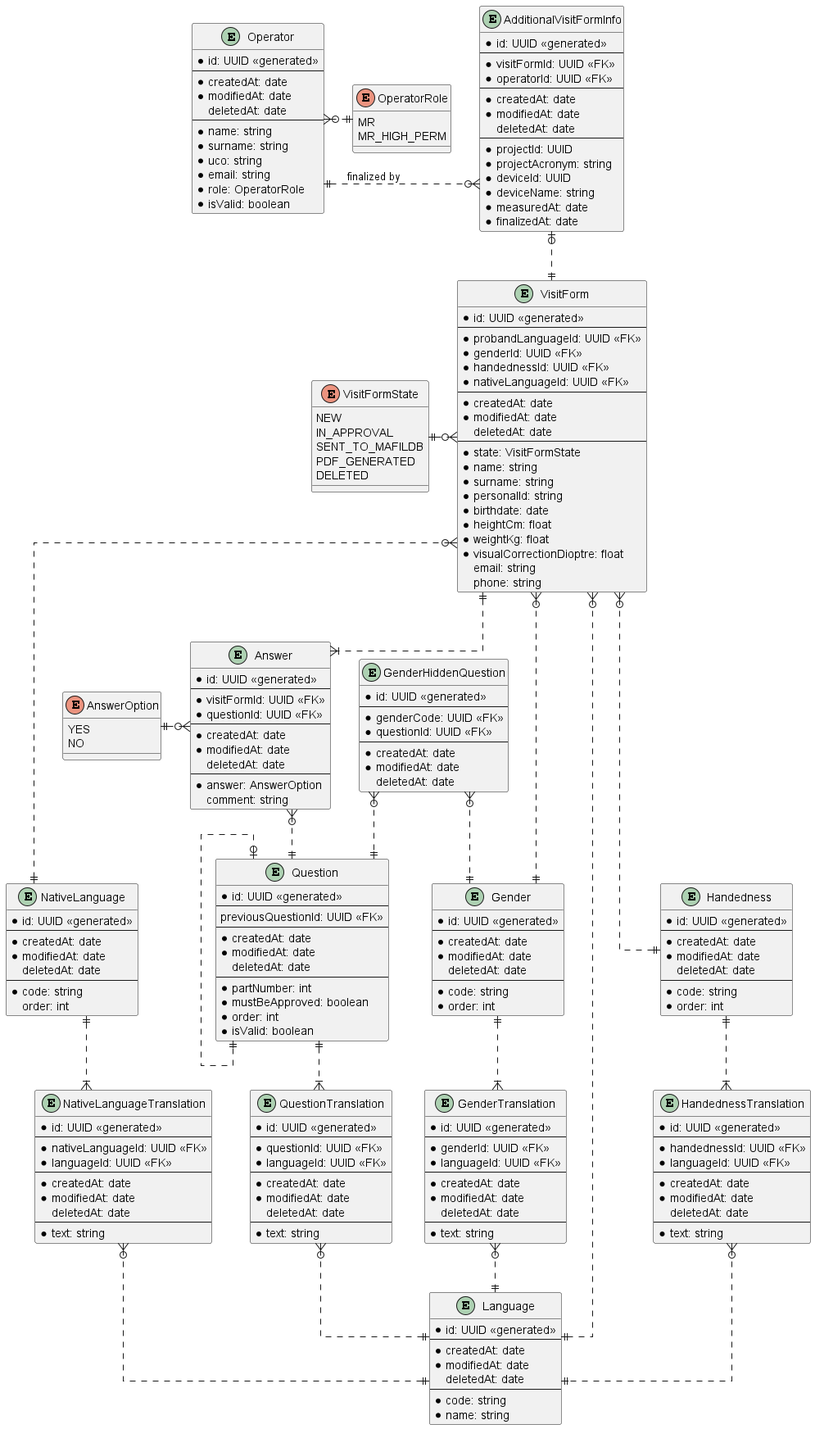
This is docs/ERD.png from lukas-kratochvil/mafil-proband-safety-questionnaire, a PlantUML export, as it was before one commit.
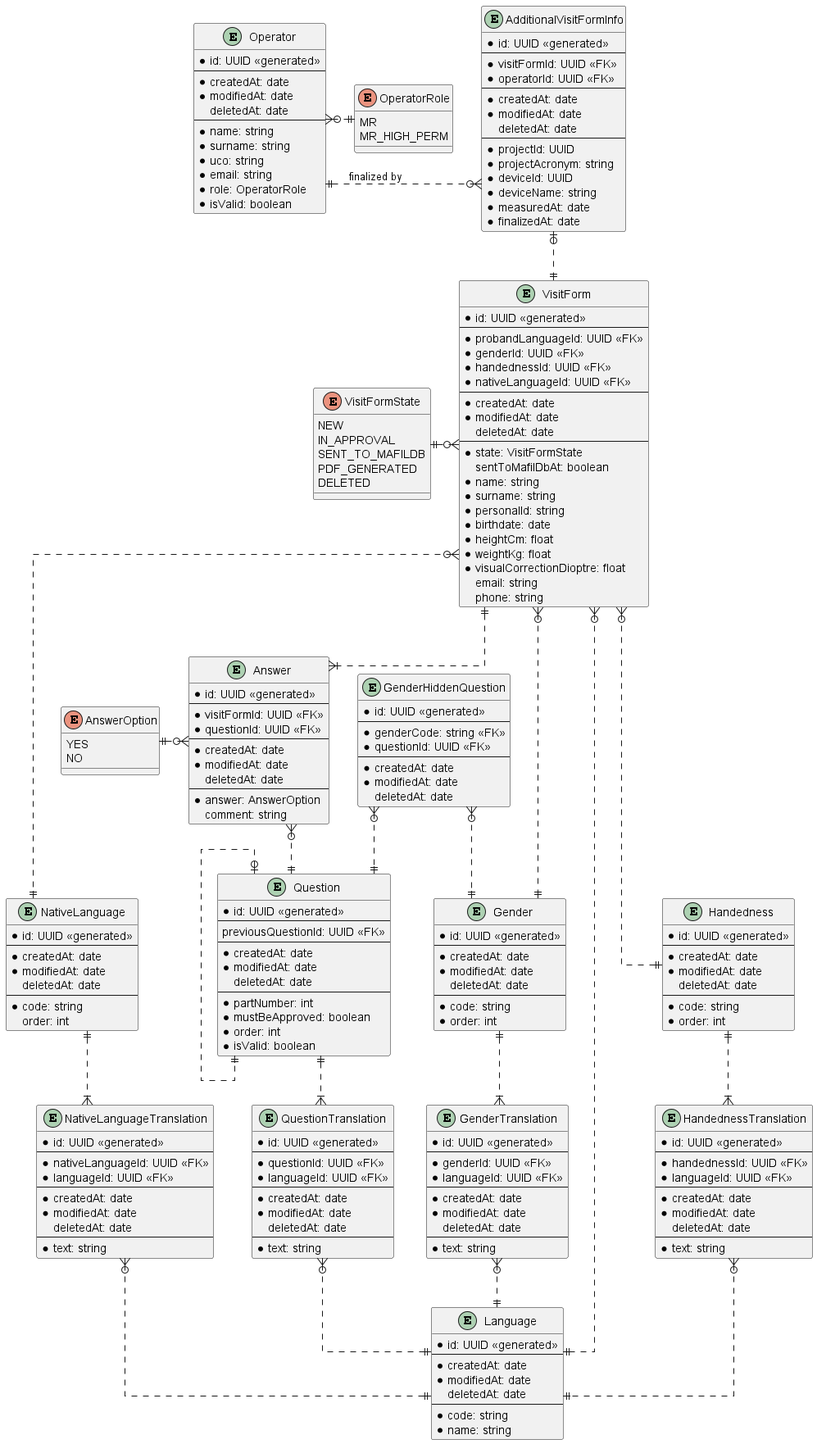
After the change.

Commit message:
feat: setting sentToMafilDbAt when a visit form was sent and created in the MAFILDB

The edit, as a diff of the source:
```diff
@@ -35,6 +35,7 @@
   deletedAt: date
   ---
   * state: VisitFormState
+  sentToMafilDbAt: boolean
   * name: string
   * surname: string
   * personalId: string
@@ -122,7 +123,7 @@
 entity GenderHiddenQuestion {
   * id: UUID <<generated>>
   ---
-  * genderCode: UUID <<FK>>
+  * genderCode: string <<FK>>
   * questionId: UUID <<FK>>
   ---
   * createdAt: date
```
